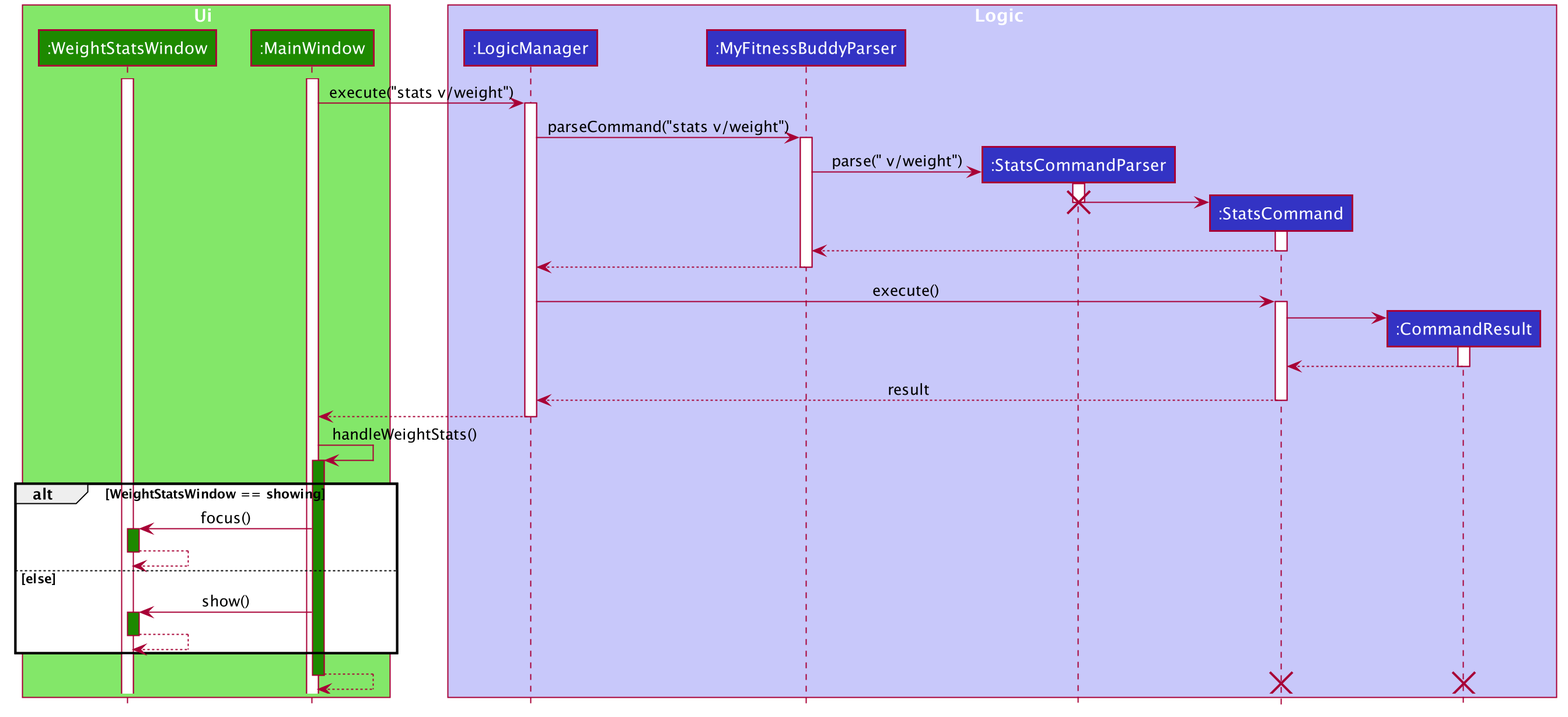
Above: docs/images/StatsSequenceDiagram.png in wayne987/tp (PlantUML), before the change.
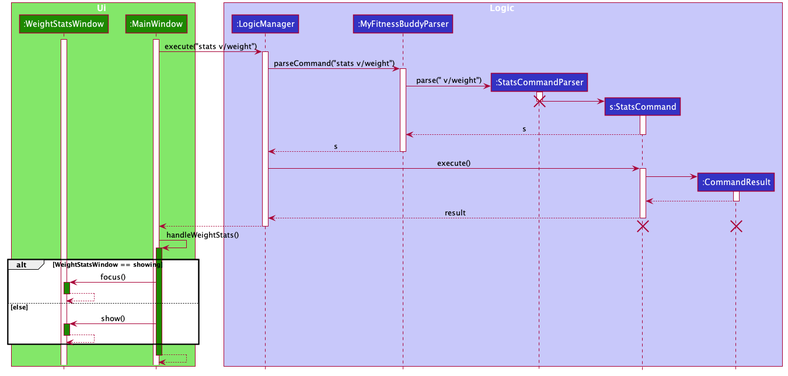
After the change.

Commit message:
Fix UML diagrams

Change to the diagram source:
```diff
@@ -57,7 +57,7 @@
 participant ":LogicManager" as LogicManager #3333C4
 participant ":MyFitnessBuddyParser" as MyFitnessBuddyParser #3333C4
 participant ":StatsCommandParser" as StatsCommandParser #3333C4
-participant ":StatsCommand" as StatsCommand #3333C4
+participant "s:StatsCommand" as StatsCommand #3333C4
 participant ":CommandResult" as CommandResult #3333C4
 end box
 
@@ -82,10 +82,10 @@
 deactivate StatsCommandParser
 destroy StatsCommandParser
 
-StatsCommand --> MyFitnessBuddyParser
+StatsCommand --> MyFitnessBuddyParser : s
 deactivate StatsCommand
 
-MyFitnessBuddyParser --> LogicManager
+MyFitnessBuddyParser --> LogicManager : s
 deactivate MyFitnessBuddyParser
 
 LogicManager -> StatsCommand : execute()
@@ -103,6 +103,8 @@
 
 MainWindow<--LogicManager
 deactivate LogicManager
+destroy CommandResult
+destroy StatsCommand
 
 MainWindow -> MainWindow : handleWeightStats()
 activate MainWindow #1D8900
@@ -120,7 +122,4 @@
 MainWindow --> MainWindow
 deactivate MainWindow
 
-destroy CommandResult
-destroy StatsCommand
-
 @enduml
```
